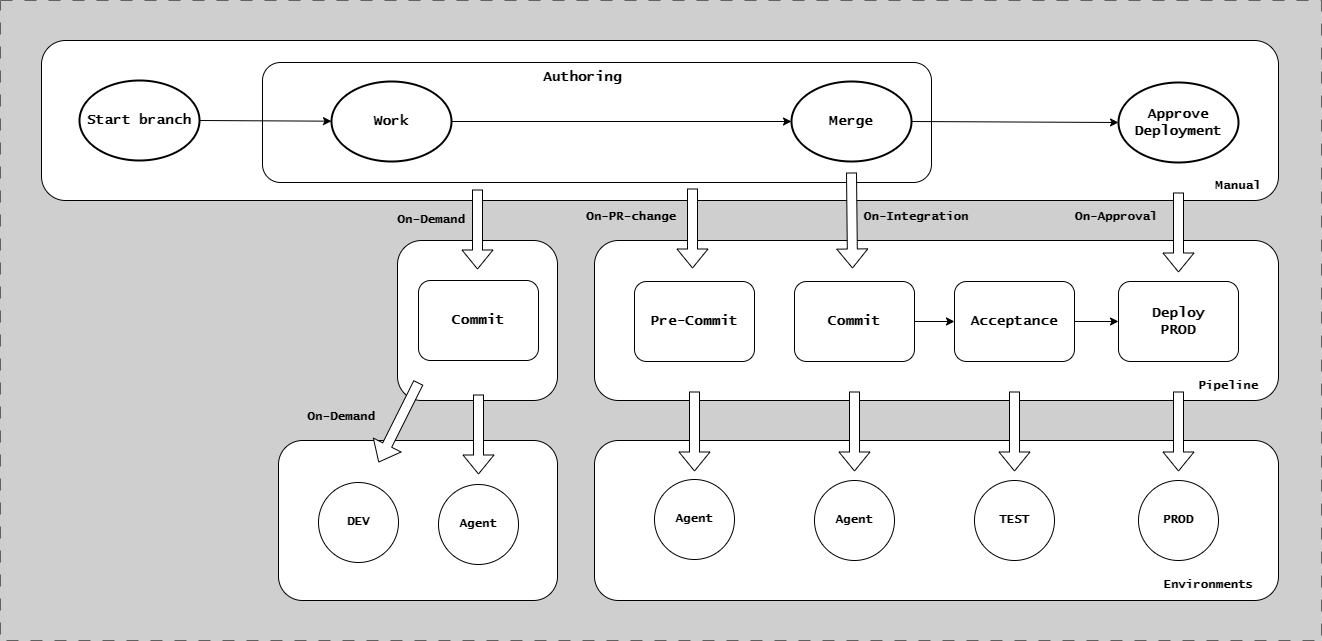
The draw.io diagram docs/assets/branching/generalized-pipeline-cde.drawio.png in ready-to-release/eac, before a commit. Source tidied: cells renumbered, new cells last; positions are measured from the earlier drawing's top-left corner, leaving out a move shared by most shapes.
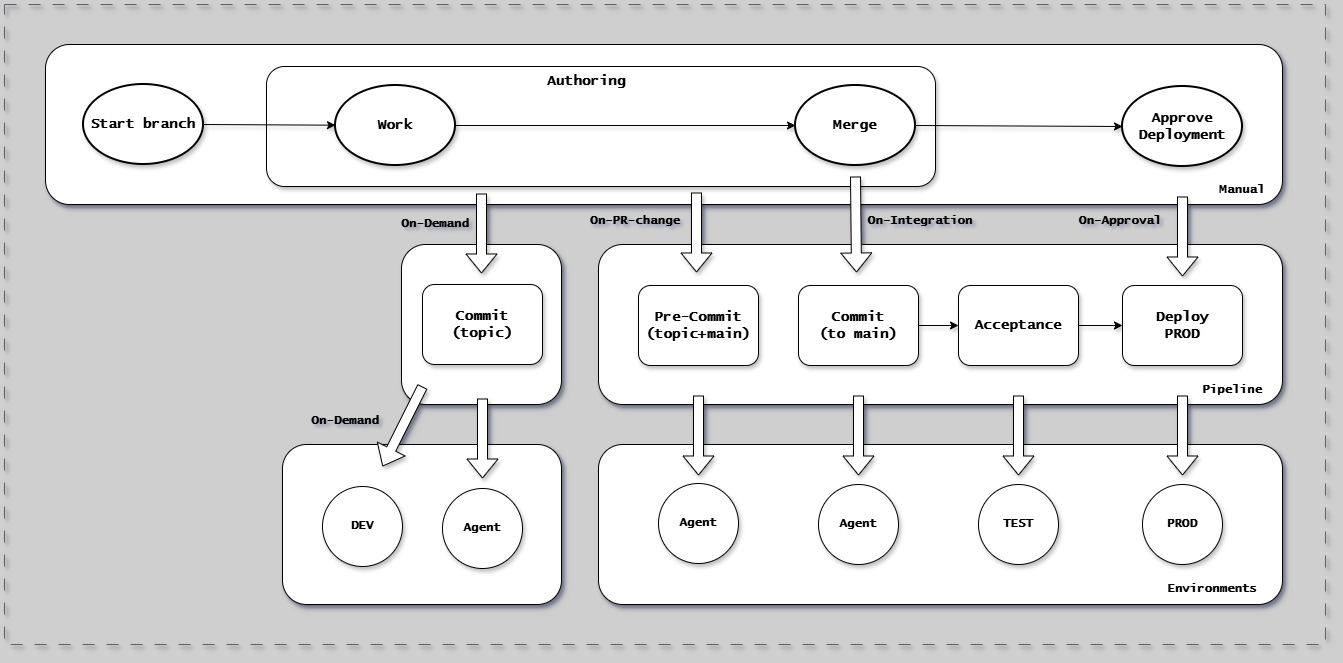
The same file after the commit.

What changed in the source:
```diff
@@ -1,2 +1,2 @@
-<mxGraphModel background="#CFCFCF">
+<mxGraphModel background="#CFCFCF" shadow="1">
   <root>
@@ -4,27 +4,27 @@
     <mxCell id="1" parent="0" />
-    <mxCell id="2" style="rounded=1;whiteSpace=wrap;html=1;fontFamily=Lucida Console;fontStyle=1;" parent="1" vertex="1">
+    <mxCell id="2" style="rounded=1;whiteSpace=wrap;html=1;fontFamily=Lucida Console;fontStyle=1;shadow=1;" parent="1" vertex="1">
       <mxGeometry x="594" y="440" width="684" height="160" as="geometry" />
     </mxCell>
-    <mxCell id="3" style="rounded=1;whiteSpace=wrap;html=1;fontFamily=Lucida Console;fontStyle=1;" parent="1" vertex="1">
+    <mxCell id="3" style="rounded=1;whiteSpace=wrap;html=1;fontFamily=Lucida Console;fontStyle=1;shadow=1;" parent="1" vertex="1">
       <mxGeometry x="41" y="40" width="1237" height="160" as="geometry" />
     </mxCell>
-    <mxCell id="4" style="rounded=1;whiteSpace=wrap;html=1;fontFamily=Lucida Console;fontStyle=1;" parent="1" vertex="1">
+    <mxCell id="4" style="rounded=1;whiteSpace=wrap;html=1;fontFamily=Lucida Console;fontStyle=1;shadow=1;" parent="1" vertex="1">
       <mxGeometry x="594" y="240" width="684" height="160" as="geometry" />
     </mxCell>
-    <mxCell id="5" style="group;strokeColor=#616161;dashed=1;dashPattern=12 12;fontFamily=Lucida Console;fontStyle=1;" parent="1" vertex="1">
+    <mxCell id="5" style="group;strokeColor=#616161;dashed=1;dashPattern=12 12;fontFamily=Lucida Console;fontStyle=1;shadow=1;" parent="1" vertex="1">
       <mxGeometry width="1321" height="640" as="geometry" />
     </mxCell>
-    <mxCell id="6" value="Start branch" style="strokeWidth=2;html=1;shape=mxgraph.flowchart.start_1;whiteSpace=wrap;fontFamily=Lucida Console;fontStyle=1;fontSize=14;" parent="1" vertex="1">
+    <mxCell id="6" value="Start branch" style="strokeWidth=2;html=1;shape=mxgraph.flowchart.start_1;whiteSpace=wrap;fontFamily=Lucida Console;fontStyle=1;fontSize=14;shadow=1;" parent="1" vertex="1">
       <mxGeometry x="79" y="80" width="120" height="80" as="geometry" />
     </mxCell>
-    <mxCell id="7" style="rounded=1;whiteSpace=wrap;html=1;fontFamily=Lucida Console;fontSize=14;fontStyle=1;" parent="1" vertex="1">
+    <mxCell id="7" style="rounded=1;whiteSpace=wrap;html=1;fontFamily=Lucida Console;fontSize=14;fontStyle=1;shadow=1;" parent="1" vertex="1">
       <mxGeometry x="262" y="62" width="669" height="120" as="geometry" />
     </mxCell>
-    <mxCell id="8" style="endArrow=classic;html=1;rounded=0;exitX=1;exitY=0.5;exitDx=0;exitDy=0;exitPerimeter=0;fontFamily=Lucida Console;fontStyle=1;" parent="1" edge="1" source="6" target="9">
+    <mxCell id="8" style="endArrow=classic;html=1;rounded=0;exitX=1;exitY=0.5;exitDx=0;exitDy=0;exitPerimeter=0;fontFamily=Lucida Console;fontStyle=1;shadow=1;" parent="1" edge="1" source="6" target="9">
       <mxGeometry relative="1" as="geometry" />
     </mxCell>
-    <mxCell id="9" value="Work" style="strokeWidth=2;html=1;shape=mxgraph.flowchart.start_1;whiteSpace=wrap;fontFamily=Lucida Console;fontStyle=1;fontSize=14;" parent="1" vertex="1">
+    <mxCell id="9" value="Work" style="strokeWidth=2;html=1;shape=mxgraph.flowchart.start_1;whiteSpace=wrap;fontFamily=Lucida Console;fontStyle=1;fontSize=14;shadow=1;" parent="1" vertex="1">
       <mxGeometry x="331" y="81" width="120" height="80" as="geometry" />
     </mxCell>
-    <mxCell id="10" style="shape=flexArrow;endArrow=classic;html=1;rounded=0;fillColor=default;fontFamily=Lucida Console;fontStyle=1;" parent="1" edge="1">
+    <mxCell id="10" style="shape=flexArrow;endArrow=classic;html=1;rounded=0;fillColor=default;fontFamily=Lucida Console;fontStyle=1;shadow=1;" parent="1" edge="1">
       <mxGeometry relative="1" as="geometry">
@@ -34,6 +34,6 @@
     </mxCell>
-    <mxCell id="11" value="Merge" style="strokeWidth=2;html=1;shape=mxgraph.flowchart.start_1;whiteSpace=wrap;fontFamily=Lucida Console;fontStyle=1;fontSize=14;" parent="1" vertex="1">
+    <mxCell id="11" value="Merge" style="strokeWidth=2;html=1;shape=mxgraph.flowchart.start_1;whiteSpace=wrap;fontFamily=Lucida Console;fontStyle=1;fontSize=14;shadow=1;" parent="1" vertex="1">
       <mxGeometry x="791" y="81" width="120" height="80" as="geometry" />
     </mxCell>
-    <mxCell id="12" style="shape=flexArrow;endArrow=classic;html=1;rounded=0;fillColor=default;fontFamily=Lucida Console;fontStyle=1;" parent="1" edge="1">
+    <mxCell id="12" style="shape=flexArrow;endArrow=classic;html=1;rounded=0;fillColor=default;fontFamily=Lucida Console;fontStyle=1;shadow=1;" parent="1" edge="1">
       <mxGeometry relative="1" as="geometry">
@@ -43,33 +43,33 @@
     </mxCell>
-    <mxCell id="13" style="endArrow=classic;html=1;rounded=0;fontFamily=Lucida Console;fontStyle=1;" parent="1" edge="1" source="16" target="17">
+    <mxCell id="13" style="endArrow=classic;html=1;rounded=0;fontFamily=Lucida Console;fontStyle=1;shadow=1;" parent="1" edge="1" source="16" target="17">
       <mxGeometry relative="1" as="geometry" />
     </mxCell>
-    <mxCell id="14" style="endArrow=classic;html=1;rounded=0;fontFamily=Lucida Console;fontStyle=1;" parent="1" edge="1" source="17" target="18">
+    <mxCell id="14" style="endArrow=classic;html=1;rounded=0;fontFamily=Lucida Console;fontStyle=1;shadow=1;" parent="1" edge="1" source="17" target="18">
       <mxGeometry relative="1" as="geometry" />
     </mxCell>
-    <mxCell id="15" value="&lt;span&gt;Pre-Commit&lt;/span&gt;" style="rounded=1;whiteSpace=wrap;html=1;fontFamily=Lucida Console;fontSize=14;fontStyle=1;" parent="1" vertex="1">
+    <mxCell id="15" value="&lt;span&gt;Pre-Commit&lt;/span&gt;&lt;div&gt;&lt;span&gt;(topic+main)&lt;/span&gt;&lt;/div&gt;" style="rounded=1;whiteSpace=wrap;html=1;fontFamily=Lucida Console;fontSize=14;fontStyle=1;shadow=1;" parent="1" vertex="1">
       <mxGeometry x="634" y="281" width="120" height="80" as="geometry" />
     </mxCell>
-    <mxCell id="16" value="&lt;span&gt;Commit&lt;/span&gt;" style="rounded=1;whiteSpace=wrap;html=1;fontFamily=Lucida Console;fontSize=14;fontStyle=1;" parent="1" vertex="1">
+    <mxCell id="16" value="&lt;span&gt;Commit&lt;/span&gt;&lt;div&gt;&lt;span&gt;(to main)&lt;/span&gt;&lt;/div&gt;" style="rounded=1;whiteSpace=wrap;html=1;fontFamily=Lucida Console;fontSize=14;fontStyle=1;shadow=1;" parent="1" vertex="1">
       <mxGeometry x="794" y="281" width="120" height="80" as="geometry" />
     </mxCell>
-    <mxCell id="17" value="&lt;span&gt;Acceptance&lt;/span&gt;" style="rounded=1;whiteSpace=wrap;html=1;fontFamily=Lucida Console;fontSize=14;fontStyle=1;" parent="1" vertex="1">
+    <mxCell id="17" value="&lt;span&gt;Acceptance&lt;/span&gt;" style="rounded=1;whiteSpace=wrap;html=1;fontFamily=Lucida Console;fontSize=14;fontStyle=1;shadow=1;" parent="1" vertex="1">
       <mxGeometry x="954" y="281" width="120" height="80" as="geometry" />
     </mxCell>
-    <mxCell id="18" value="&lt;span&gt;Deploy&lt;br&gt;PROD&lt;/span&gt;" style="rounded=1;whiteSpace=wrap;html=1;fontFamily=Lucida Console;fontSize=14;fontStyle=1;" parent="1" vertex="1">
+    <mxCell id="18" value="&lt;span&gt;Deploy&lt;br&gt;PROD&lt;/span&gt;" style="rounded=1;whiteSpace=wrap;html=1;fontFamily=Lucida Console;fontSize=14;fontStyle=1;shadow=1;" parent="1" vertex="1">
       <mxGeometry x="1118" y="281" width="120" height="80" as="geometry" />
     </mxCell>
-    <mxCell id="19" value="Agent" style="ellipse;whiteSpace=wrap;html=1;fontFamily=Lucida Console;fontStyle=1;" parent="1" vertex="1">
+    <mxCell id="19" value="Agent" style="ellipse;whiteSpace=wrap;html=1;fontFamily=Lucida Console;fontStyle=1;shadow=1;" parent="1" vertex="1">
       <mxGeometry x="654" y="479" width="80" height="80" as="geometry" />
     </mxCell>
-    <mxCell id="20" value="Agent" style="ellipse;whiteSpace=wrap;html=1;fontFamily=Lucida Console;fontStyle=1;" parent="1" vertex="1">
+    <mxCell id="20" value="Agent" style="ellipse;whiteSpace=wrap;html=1;fontFamily=Lucida Console;fontStyle=1;shadow=1;" parent="1" vertex="1">
       <mxGeometry x="814" y="480" width="80" height="80" as="geometry" />
     </mxCell>
-    <mxCell id="21" value="TEST" style="ellipse;whiteSpace=wrap;html=1;fontFamily=Lucida Console;fontStyle=1;" parent="1" vertex="1">
+    <mxCell id="21" value="TEST" style="ellipse;whiteSpace=wrap;html=1;fontFamily=Lucida Console;fontStyle=1;shadow=1;" parent="1" vertex="1">
       <mxGeometry x="974" y="480" width="80" height="80" as="geometry" />
     </mxCell>
-    <mxCell id="22" value="PROD" style="ellipse;whiteSpace=wrap;html=1;fontFamily=Lucida Console;fontStyle=1;" parent="1" vertex="1">
+    <mxCell id="22" value="PROD" style="ellipse;whiteSpace=wrap;html=1;fontFamily=Lucida Console;fontStyle=1;shadow=1;" parent="1" vertex="1">
       <mxGeometry x="1138" y="480" width="80" height="80" as="geometry" />
     </mxCell>
-    <mxCell id="23" style="shape=flexArrow;endArrow=classic;html=1;rounded=0;fillColor=default;fontFamily=Lucida Console;fontStyle=1;" parent="1" edge="1">
+    <mxCell id="23" style="shape=flexArrow;endArrow=classic;html=1;rounded=0;fillColor=default;fontFamily=Lucida Console;fontStyle=1;shadow=1;" parent="1" edge="1">
       <mxGeometry relative="1" as="geometry">
@@ -79,3 +79,3 @@
     </mxCell>
-    <mxCell id="24" style="shape=flexArrow;endArrow=classic;html=1;rounded=0;fillColor=default;fontFamily=Lucida Console;fontStyle=1;" parent="1" edge="1">
+    <mxCell id="24" style="shape=flexArrow;endArrow=classic;html=1;rounded=0;fillColor=default;fontFamily=Lucida Console;fontStyle=1;shadow=1;" parent="1" edge="1">
       <mxGeometry relative="1" as="geometry">
@@ -85,3 +85,3 @@
     </mxCell>
-    <mxCell id="25" style="shape=flexArrow;endArrow=classic;html=1;rounded=0;fillColor=default;fontFamily=Lucida Console;fontStyle=1;" parent="1" edge="1">
+    <mxCell id="25" style="shape=flexArrow;endArrow=classic;html=1;rounded=0;fillColor=default;fontFamily=Lucida Console;fontStyle=1;shadow=1;" parent="1" edge="1">
       <mxGeometry relative="1" as="geometry">
@@ -91,3 +91,3 @@
     </mxCell>
-    <mxCell id="26" style="shape=flexArrow;endArrow=classic;html=1;rounded=0;fillColor=default;fontFamily=Lucida Console;fontStyle=1;" parent="1" edge="1">
+    <mxCell id="26" style="shape=flexArrow;endArrow=classic;html=1;rounded=0;fillColor=default;fontFamily=Lucida Console;fontStyle=1;shadow=1;" parent="1" edge="1">
       <mxGeometry relative="1" as="geometry">
@@ -97,18 +97,18 @@
     </mxCell>
-    <mxCell id="27" value="&lt;span&gt;&lt;font&gt;Manual&lt;/font&gt;&lt;/span&gt;" style="text;html=1;align=center;verticalAlign=middle;whiteSpace=wrap;rounded=0;fontFamily=Lucida Console;fontStyle=1;" parent="1" vertex="1">
+    <mxCell id="27" value="&lt;span&gt;&lt;font&gt;Manual&lt;/font&gt;&lt;/span&gt;" style="text;html=1;align=center;verticalAlign=middle;whiteSpace=wrap;rounded=0;fontFamily=Lucida Console;fontStyle=1;shadow=1;" parent="1" vertex="1">
       <mxGeometry x="1208" y="171" width="60" height="30" as="geometry" />
     </mxCell>
-    <mxCell id="28" value="&lt;span&gt;&lt;font&gt;Pipeline&lt;/font&gt;&lt;/span&gt;" style="text;html=1;align=center;verticalAlign=middle;whiteSpace=wrap;rounded=0;fontFamily=Lucida Console;fontStyle=1;" parent="1" vertex="1">
+    <mxCell id="28" value="&lt;span&gt;&lt;font&gt;Pipeline&lt;/font&gt;&lt;/span&gt;" style="text;html=1;align=center;verticalAlign=middle;whiteSpace=wrap;rounded=0;fontFamily=Lucida Console;fontStyle=1;shadow=1;" parent="1" vertex="1">
       <mxGeometry x="1198" y="371" width="60" height="30" as="geometry" />
     </mxCell>
-    <mxCell id="29" value="&lt;span&gt;&lt;font&gt;Environments&lt;/font&gt;&lt;/span&gt;" style="text;html=1;align=center;verticalAlign=middle;whiteSpace=wrap;rounded=0;fontFamily=Lucida Console;fontStyle=1;" parent="1" vertex="1">
+    <mxCell id="29" value="&lt;span&gt;&lt;font&gt;Environments&lt;/font&gt;&lt;/span&gt;" style="text;html=1;align=center;verticalAlign=middle;whiteSpace=wrap;rounded=0;fontFamily=Lucida Console;fontStyle=1;shadow=1;" parent="1" vertex="1">
       <mxGeometry x="1178" y="570" width="60" height="30" as="geometry" />
     </mxCell>
-    <mxCell id="30" style="rounded=1;whiteSpace=wrap;html=1;fontFamily=Lucida Console;fontStyle=1;" parent="1" vertex="1">
+    <mxCell id="30" style="rounded=1;whiteSpace=wrap;html=1;fontFamily=Lucida Console;fontStyle=1;shadow=1;" parent="1" vertex="1">
       <mxGeometry x="397" y="240" width="160" height="160" as="geometry" />
     </mxCell>
-    <mxCell id="31" style="rounded=1;whiteSpace=wrap;html=1;fontFamily=Lucida Console;fontStyle=1;" parent="1" vertex="1">
+    <mxCell id="31" style="rounded=1;whiteSpace=wrap;html=1;fontFamily=Lucida Console;fontStyle=1;shadow=1;" parent="1" vertex="1">
       <mxGeometry x="278" y="440" width="279" height="160" as="geometry" />
     </mxCell>
-    <mxCell id="32" style="shape=flexArrow;endArrow=classic;html=1;rounded=0;fillColor=default;fontFamily=Lucida Console;fontStyle=1;" parent="1" edge="1">
+    <mxCell id="32" style="shape=flexArrow;endArrow=classic;html=1;rounded=0;fillColor=default;fontFamily=Lucida Console;fontStyle=1;shadow=1;" parent="1" edge="1">
       <mxGeometry relative="1" as="geometry">
@@ -118,9 +118,9 @@
     </mxCell>
-    <mxCell id="33" value="&lt;span&gt;Commit&lt;/span&gt;" style="rounded=1;whiteSpace=wrap;html=1;fontFamily=Lucida Console;fontSize=14;fontStyle=1;" parent="1" vertex="1">
+    <mxCell id="33" value="&lt;span&gt;Commit&lt;br&gt;(topic)&lt;/span&gt;" style="rounded=1;whiteSpace=wrap;html=1;fontFamily=Lucida Console;fontSize=14;fontStyle=1;shadow=1;" parent="1" vertex="1">
       <mxGeometry x="418" y="280" width="120" height="80" as="geometry" />
     </mxCell>
-    <mxCell id="34" value="Agent" style="ellipse;whiteSpace=wrap;html=1;fontFamily=Lucida Console;fontStyle=1;" parent="1" vertex="1">
+    <mxCell id="34" value="Agent" style="ellipse;whiteSpace=wrap;html=1;fontFamily=Lucida Console;fontStyle=1;shadow=1;" parent="1" vertex="1">
       <mxGeometry x="438" y="484" width="80" height="80" as="geometry" />
     </mxCell>
-    <mxCell id="35" style="shape=flexArrow;endArrow=classic;html=1;rounded=0;fillColor=default;fontFamily=Lucida Console;fontStyle=1;" parent="1" edge="1">
+    <mxCell id="35" style="shape=flexArrow;endArrow=classic;html=1;rounded=0;fillColor=default;fontFamily=Lucida Console;fontStyle=1;shadow=1;" parent="1" edge="1">
       <mxGeometry relative="1" as="geometry">
@@ -130,6 +130,6 @@
     </mxCell>
-    <mxCell id="36" value="DEV" style="ellipse;whiteSpace=wrap;html=1;fontFamily=Lucida Console;fontStyle=1;" parent="1" vertex="1">
+    <mxCell id="36" value="DEV" style="ellipse;whiteSpace=wrap;html=1;fontFamily=Lucida Console;fontStyle=1;shadow=1;" parent="1" vertex="1">
       <mxGeometry x="318" y="482" width="80" height="80" as="geometry" />
     </mxCell>
-    <mxCell id="37" style="shape=flexArrow;endArrow=classic;html=1;rounded=0;fillColor=default;fontFamily=Lucida Console;fontStyle=1;" parent="1" edge="1">
+    <mxCell id="37" style="shape=flexArrow;endArrow=classic;html=1;rounded=0;fillColor=default;fontFamily=Lucida Console;fontStyle=1;shadow=1;" parent="1" edge="1">
       <mxGeometry relative="1" as="geometry">
@@ -139,9 +139,9 @@
     </mxCell>
-    <mxCell id="38" value="Approve&lt;br&gt;Deployment" style="strokeWidth=2;html=1;shape=mxgraph.flowchart.start_1;whiteSpace=wrap;fontFamily=Lucida Console;fontStyle=1;fontSize=14;" parent="1" vertex="1">
+    <mxCell id="38" value="Approve&lt;br&gt;Deployment" style="strokeWidth=2;html=1;shape=mxgraph.flowchart.start_1;whiteSpace=wrap;fontFamily=Lucida Console;fontStyle=1;fontSize=14;shadow=1;" parent="1" vertex="1">
       <mxGeometry x="1118" y="82" width="120" height="80" as="geometry" />
     </mxCell>
-    <mxCell id="39" style="endArrow=classic;html=1;rounded=0;fontFamily=Lucida Console;exitX=1;exitY=0.5;exitDx=0;exitDy=0;exitPerimeter=0;entryX=0;entryY=0.5;entryDx=0;entryDy=0;entryPerimeter=0;fontStyle=1;" parent="1" edge="1" source="11" target="38">
+    <mxCell id="39" style="endArrow=classic;html=1;rounded=0;fontFamily=Lucida Console;exitX=1;exitY=0.5;exitDx=0;exitDy=0;exitPerimeter=0;entryX=0;entryY=0.5;entryDx=0;entryDy=0;entryPerimeter=0;fontStyle=1;shadow=1;" parent="1" edge="1" source="11" target="38">
       <mxGeometry relative="1" as="geometry" />
     </mxCell>
-    <mxCell id="40" style="shape=flexArrow;endArrow=classic;html=1;rounded=0;fillColor=default;fontFamily=Lucida Console;fontStyle=1;" parent="1" edge="1">
+    <mxCell id="40" style="shape=flexArrow;endArrow=classic;html=1;rounded=0;fillColor=default;fontFamily=Lucida Console;fontStyle=1;shadow=1;" parent="1" edge="1">
       <mxGeometry relative="1" as="geometry">
@@ -151,21 +151,21 @@
     </mxCell>
-    <mxCell id="41" value="&lt;span style=&quot;forced-color-adjust: none; color: rgb(0, 0, 0); font-size: 14px; font-style: normal; font-variant-ligatures: normal; font-variant-caps: normal; letter-spacing: normal; orphans: 2; text-align: center; text-indent: 0px; text-transform: none; widows: 2; word-spacing: 0px; -webkit-text-stroke-width: 0px; white-space: normal; background-color: rgb(251, 251, 251); text-decoration-thickness: initial; text-decoration-style: initial; text-decoration-color: initial;&quot;&gt;Authoring&lt;/span&gt;" style="text;whiteSpace=wrap;html=1;fontFamily=Lucida Console;fontStyle=1;" parent="1" vertex="1">
+    <mxCell id="41" value="&lt;span style=&quot;forced-color-adjust: none; color: rgb(0, 0, 0); font-size: 14px; font-style: normal; font-variant-ligatures: normal; font-variant-caps: normal; letter-spacing: normal; orphans: 2; text-align: center; text-indent: 0px; text-transform: none; widows: 2; word-spacing: 0px; -webkit-text-stroke-width: 0px; white-space: normal; background-color: rgb(251, 251, 251); text-decoration-thickness: initial; text-decoration-style: initial; text-decoration-color: initial;&quot;&gt;Authoring&lt;/span&gt;" style="text;whiteSpace=wrap;html=1;fontFamily=Lucida Console;fontStyle=1;shadow=1;" parent="1" vertex="1">
       <mxGeometry x="541" y="62" width="90" height="30" as="geometry" />
     </mxCell>
-    <mxCell id="42" style="endArrow=classic;html=1;rounded=0;exitX=1;exitY=0.5;exitDx=0;exitDy=0;exitPerimeter=0;fontFamily=Lucida Console;fontStyle=1;" parent="1" edge="1" source="9" target="11">
+    <mxCell id="42" style="endArrow=classic;html=1;rounded=0;exitX=1;exitY=0.5;exitDx=0;exitDy=0;exitPerimeter=0;fontFamily=Lucida Console;fontStyle=1;shadow=1;" parent="1" edge="1" source="9" target="11">
       <mxGeometry relative="1" as="geometry" />
     </mxCell>
-    <mxCell id="43" value="&lt;span&gt;&lt;font&gt;On-Demand&lt;/font&gt;&lt;/span&gt;" style="text;html=1;align=center;verticalAlign=middle;whiteSpace=wrap;rounded=0;fontFamily=Lucida Console;fontStyle=1;" parent="1" vertex="1">
+    <mxCell id="43" value="&lt;span&gt;&lt;font&gt;On-Demand&lt;/font&gt;&lt;/span&gt;" style="text;html=1;align=center;verticalAlign=middle;whiteSpace=wrap;rounded=0;fontFamily=Lucida Console;fontStyle=1;shadow=1;" parent="1" vertex="1">
       <mxGeometry x="391" y="205" width="80" height="30" as="geometry" />
     </mxCell>
-    <mxCell id="44" value="&lt;span&gt;&lt;font&gt;On-Demand&lt;/font&gt;&lt;/span&gt;" style="text;html=1;align=center;verticalAlign=middle;whiteSpace=wrap;rounded=0;fontFamily=Lucida Console;fontStyle=1;" parent="1" vertex="1">
+    <mxCell id="44" value="&lt;span&gt;&lt;font&gt;On-Demand&lt;/font&gt;&lt;/span&gt;" style="text;html=1;align=center;verticalAlign=middle;whiteSpace=wrap;rounded=0;fontFamily=Lucida Console;fontStyle=1;shadow=1;" parent="1" vertex="1">
       <mxGeometry x="301" y="402" width="80" height="30" as="geometry" />
     </mxCell>
-    <mxCell id="45" value="&lt;span&gt;&lt;font&gt;On-PR-change&lt;/font&gt;&lt;/span&gt;" style="text;html=1;align=center;verticalAlign=middle;whiteSpace=wrap;rounded=0;fontFamily=Lucida Console;fontStyle=1;" parent="1" vertex="1">
+    <mxCell id="45" value="&lt;span&gt;&lt;font&gt;On-PR-change&lt;/font&gt;&lt;/span&gt;" style="text;html=1;align=center;verticalAlign=middle;whiteSpace=wrap;rounded=0;fontFamily=Lucida Console;fontStyle=1;shadow=1;" parent="1" vertex="1">
       <mxGeometry x="581" y="202" width="100" height="30" as="geometry" />
     </mxCell>
-    <mxCell id="46" value="&lt;span&gt;&lt;font&gt;On-Integration&lt;/font&gt;&lt;/span&gt;" style="text;html=1;align=center;verticalAlign=middle;whiteSpace=wrap;rounded=0;fontFamily=Lucida Console;fontStyle=1;" parent="1" vertex="1">
+    <mxCell id="46" value="&lt;span&gt;&lt;font&gt;On-Integration&lt;/font&gt;&lt;/span&gt;" style="text;html=1;align=center;verticalAlign=middle;whiteSpace=wrap;rounded=0;fontFamily=Lucida Console;fontStyle=1;shadow=1;" parent="1" vertex="1">
       <mxGeometry x="861" y="202" width="110" height="30" as="geometry" />
     </mxCell>
-    <mxCell id="47" value="&lt;b&gt;&lt;font&gt;On-Approval&lt;/font&gt;&lt;/b&gt;" style="text;html=1;align=center;verticalAlign=middle;whiteSpace=wrap;rounded=0;fontFamily=Lucida Console;" parent="1" vertex="1">
+    <mxCell id="47" value="&lt;b&gt;&lt;font&gt;On-Approval&lt;/font&gt;&lt;/b&gt;" style="text;html=1;align=center;verticalAlign=middle;whiteSpace=wrap;rounded=0;fontFamily=Lucida Console;shadow=1;" parent="1" vertex="1">
       <mxGeometry x="1061" y="202" width="110" height="30" as="geometry" />
```
